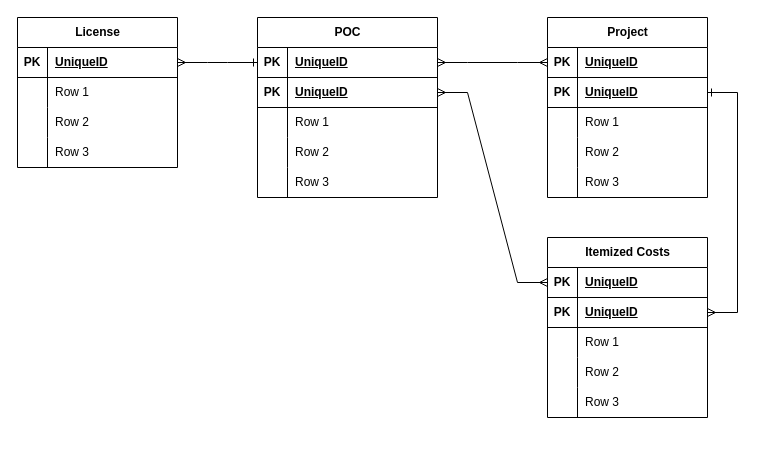
The draw.io diagram page "Page-3" (3 of 3) of erd-projint-01.drawio in josjreyes/GitInit, before the edit. Source tidied: cells renumbered, new cells numbered last; positions are measured from the earlier drawing's top-left corner, leaving out a move shared by most shapes. Both pictures are drawn from the tidied source at 100%, with x=0, y=0 at pixel (17, 17).
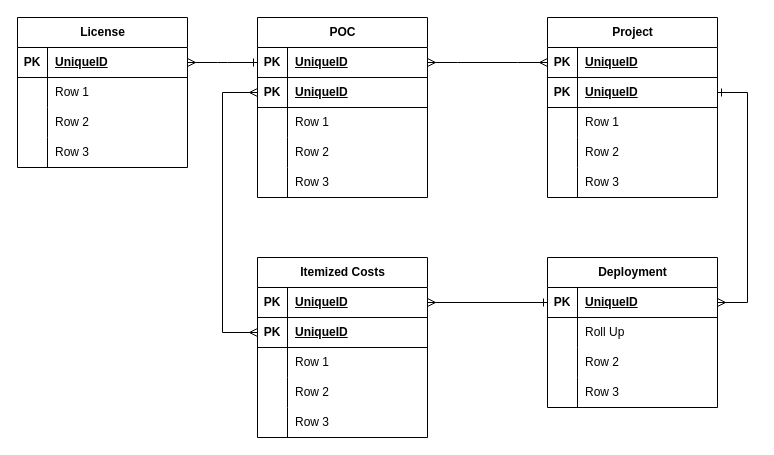
After the change.

What changed in the source:
```diff
@@
     <mxCell id="2" value="Project" style="shape=table;startSize=30;childLayout=tableLayout;rowLines=0;fontStyle=1;align=center;html=1;" parent="1" vertex="1">
-      <mxGeometry x="530" width="160" height="180" as="geometry" />
+      <mxGeometry x="530" width="170" height="180" as="geometry" />
     </mxCell>
     <mxCell id="3" style="shape=tableRow;horizontal=0;startSize=0;swimlaneHead=0;swimlaneBody=0;fillColor=none;points=[[0,0.5],[1,0.5]];portConstraint=eastwest;top=0;left=0;right=0;bottom=1;" parent="2" vertex="1">
-      <mxGeometry y="30" width="160" height="30" as="geometry" />
+      <mxGeometry y="30" width="170" height="30" as="geometry" />
     </mxCell>
@@
     <mxCell id="5" value="UniqueID" style="shape=partialRectangle;fillColor=none;top=0;left=0;bottom=0;right=0;align=left;spacingLeft=6;fontStyle=5;overflow=hidden;whiteSpace=wrap;html=1;" parent="3" vertex="1">
-      <mxGeometry x="30" width="130" height="30" as="geometry" />
+      <mxGeometry x="30" width="140" height="30" as="geometry" />
     </mxCell>
     <mxCell id="6" style="shape=tableRow;horizontal=0;startSize=0;swimlaneHead=0;swimlaneBody=0;fillColor=none;points=[[0,0.5],[1,0.5]];portConstraint=eastwest;top=0;left=0;right=0;bottom=1;" parent="2" vertex="1">
-      <mxGeometry y="60" width="160" height="30" as="geometry" />
+      <mxGeometry y="60" width="170" height="30" as="geometry" />
     </mxCell>
@@
     <mxCell id="8" value="UniqueID" style="shape=partialRectangle;fillColor=none;top=0;left=0;bottom=0;right=0;align=left;spacingLeft=6;fontStyle=5;overflow=hidden;whiteSpace=wrap;html=1;" parent="6" vertex="1">
-      <mxGeometry x="30" width="130" height="30" as="geometry" />
+      <mxGeometry x="30" width="140" height="30" as="geometry" />
     </mxCell>
     <mxCell id="9" style="shape=tableRow;horizontal=0;startSize=0;swimlaneHead=0;swimlaneBody=0;fillColor=none;top=0;left=0;right=0;bottom=0;" parent="2" vertex="1">
-      <mxGeometry y="90" width="160" height="30" as="geometry" />
+      <mxGeometry y="90" width="170" height="30" as="geometry" />
     </mxCell>
@@
     <mxCell id="11" value="Row 1" style="shape=partialRectangle;fillColor=none;top=0;left=0;bottom=0;right=0;align=left;spacingLeft=6;overflow=hidden;whiteSpace=wrap;html=1;" parent="9" vertex="1">
-      <mxGeometry x="30" width="130" height="30" as="geometry" />
+      <mxGeometry x="30" width="140" height="30" as="geometry" />
     </mxCell>
     <mxCell id="12" style="shape=tableRow;horizontal=0;startSize=0;swimlaneHead=0;swimlaneBody=0;fillColor=none;top=0;left=0;right=0;bottom=0;" parent="2" vertex="1">
-      <mxGeometry y="120" width="160" height="30" as="geometry" />
+      <mxGeometry y="120" width="170" height="30" as="geometry" />
     </mxCell>
@@
     <mxCell id="14" value="Row 2" style="shape=partialRectangle;fillColor=none;top=0;left=0;bottom=0;right=0;align=left;spacingLeft=6;overflow=hidden;whiteSpace=wrap;html=1;" parent="12" vertex="1">
-      <mxGeometry x="30" width="130" height="30" as="geometry" />
+      <mxGeometry x="30" width="140" height="30" as="geometry" />
     </mxCell>
     <mxCell id="15" style="shape=tableRow;horizontal=0;startSize=0;swimlaneHead=0;swimlaneBody=0;fillColor=none;top=0;left=0;right=0;bottom=0;" parent="2" vertex="1">
-      <mxGeometry y="150" width="160" height="30" as="geometry" />
+      <mxGeometry y="150" width="170" height="30" as="geometry" />
     </mxCell>
@@
     <mxCell id="17" value="Row 3" style="shape=partialRectangle;fillColor=none;top=0;left=0;bottom=0;right=0;align=left;spacingLeft=6;overflow=hidden;whiteSpace=wrap;html=1;" parent="15" vertex="1">
-      <mxGeometry x="30" width="130" height="30" as="geometry" />
+      <mxGeometry x="30" width="140" height="30" as="geometry" />
     </mxCell>
@@
     <mxCell id="19" value="License" style="shape=table;startSize=30;childLayout=tableLayout;rowLines=0;fontStyle=1;align=center;html=1;" parent="1" vertex="1">
-      <mxGeometry width="160" height="150" as="geometry" />
+      <mxGeometry width="170" height="150" as="geometry" />
     </mxCell>
     <mxCell id="20" style="shape=tableRow;horizontal=0;startSize=0;swimlaneHead=0;swimlaneBody=0;fillColor=none;points=[[0,0.5],[1,0.5]];portConstraint=eastwest;top=0;left=0;right=0;bottom=1;" parent="19" vertex="1">
-      <mxGeometry y="30" width="160" height="30" as="geometry" />
+      <mxGeometry y="30" width="170" height="30" as="geometry" />
     </mxCell>
@@
     <mxCell id="22" value="UniqueID" style="shape=partialRectangle;fillColor=none;top=0;left=0;bottom=0;right=0;align=left;spacingLeft=6;fontStyle=5;overflow=hidden;whiteSpace=wrap;html=1;" parent="20" vertex="1">
-      <mxGeometry x="30" width="130" height="30" as="geometry" />
+      <mxGeometry x="30" width="140" height="30" as="geometry" />
     </mxCell>
     <mxCell id="23" style="shape=tableRow;horizontal=0;startSize=0;swimlaneHead=0;swimlaneBody=0;fillColor=none;top=0;left=0;right=0;bottom=0;" parent="19" vertex="1">
-      <mxGeometry y="60" width="160" height="30" as="geometry" />
+      <mxGeometry y="60" width="170" height="30" as="geometry" />
     </mxCell>
@@
     <mxCell id="25" value="Row 1" style="shape=partialRectangle;fillColor=none;top=0;left=0;bottom=0;right=0;align=left;spacingLeft=6;overflow=hidden;whiteSpace=wrap;html=1;" parent="23" vertex="1">
-      <mxGeometry x="30" width="130" height="30" as="geometry" />
+      <mxGeometry x="30" width="140" height="30" as="geometry" />
     </mxCell>
     <mxCell id="26" style="shape=tableRow;horizontal=0;startSize=0;swimlaneHead=0;swimlaneBody=0;fillColor=none;top=0;left=0;right=0;bottom=0;" parent="19" vertex="1">
-      <mxGeometry y="90" width="160" height="30" as="geometry" />
+      <mxGeometry y="90" width="170" height="30" as="geometry" />
     </mxCell>
@@
     <mxCell id="28" value="Row 2" style="shape=partialRectangle;fillColor=none;top=0;left=0;bottom=0;right=0;align=left;spacingLeft=6;overflow=hidden;whiteSpace=wrap;html=1;" parent="26" vertex="1">
-      <mxGeometry x="30" width="130" height="30" as="geometry" />
+      <mxGeometry x="30" width="140" height="30" as="geometry" />
     </mxCell>
     <mxCell id="29" style="shape=tableRow;horizontal=0;startSize=0;swimlaneHead=0;swimlaneBody=0;fillColor=none;top=0;left=0;right=0;bottom=0;" parent="19" vertex="1">
-      <mxGeometry y="120" width="160" height="30" as="geometry" />
+      <mxGeometry y="120" width="170" height="30" as="geometry" />
     </mxCell>
@@
     <mxCell id="31" value="Row 3" style="shape=partialRectangle;fillColor=none;top=0;left=0;bottom=0;right=0;align=left;spacingLeft=6;overflow=hidden;whiteSpace=wrap;html=1;" parent="29" vertex="1">
-      <mxGeometry x="30" width="130" height="30" as="geometry" />
+      <mxGeometry x="30" width="140" height="30" as="geometry" />
     </mxCell>
@@
     <mxCell id="33" value="Itemized Costs" style="shape=table;startSize=30;childLayout=tableLayout;rowLines=0;fontStyle=1;align=center;html=1;" parent="1" vertex="1">
-      <mxGeometry x="530" y="220" width="160" height="180" as="geometry" />
+      <mxGeometry x="240" y="240" width="170" height="180" as="geometry" />
     </mxCell>
     <mxCell id="34" style="shape=tableRow;horizontal=0;startSize=0;swimlaneHead=0;swimlaneBody=0;fillColor=none;points=[[0,0.5],[1,0.5]];portConstraint=eastwest;top=0;left=0;right=0;bottom=1;" parent="33" vertex="1">
-      <mxGeometry y="30" width="160" height="30" as="geometry" />
+      <mxGeometry y="30" width="170" height="30" as="geometry" />
     </mxCell>
@@
     <mxCell id="36" value="UniqueID" style="shape=partialRectangle;fillColor=none;top=0;left=0;bottom=0;right=0;align=left;spacingLeft=6;fontStyle=5;overflow=hidden;whiteSpace=wrap;html=1;" parent="34" vertex="1">
-      <mxGeometry x="30" width="130" height="30" as="geometry" />
+      <mxGeometry x="30" width="140" height="30" as="geometry" />
     </mxCell>
     <mxCell id="37" style="shape=tableRow;horizontal=0;startSize=0;swimlaneHead=0;swimlaneBody=0;fillColor=none;points=[[0,0.5],[1,0.5]];portConstraint=eastwest;top=0;left=0;right=0;bottom=1;" parent="33" vertex="1">
-      <mxGeometry y="60" width="160" height="30" as="geometry" />
+      <mxGeometry y="60" width="170" height="30" as="geometry" />
     </mxCell>
@@
     <mxCell id="39" value="UniqueID" style="shape=partialRectangle;fillColor=none;top=0;left=0;bottom=0;right=0;align=left;spacingLeft=6;fontStyle=5;overflow=hidden;whiteSpace=wrap;html=1;" parent="37" vertex="1">
-      <mxGeometry x="30" width="130" height="30" as="geometry" />
+      <mxGeometry x="30" width="140" height="30" as="geometry" />
     </mxCell>
     <mxCell id="40" style="shape=tableRow;horizontal=0;startSize=0;swimlaneHead=0;swimlaneBody=0;fillColor=none;top=0;left=0;right=0;bottom=0;" parent="33" vertex="1">
-      <mxGeometry y="90" width="160" height="30" as="geometry" />
+      <mxGeometry y="90" width="170" height="30" as="geometry" />
     </mxCell>
@@
     <mxCell id="42" value="Row 1" style="shape=partialRectangle;fillColor=none;top=0;left=0;bottom=0;right=0;align=left;spacingLeft=6;overflow=hidden;whiteSpace=wrap;html=1;" parent="40" vertex="1">
-      <mxGeometry x="30" width="130" height="30" as="geometry" />
+      <mxGeometry x="30" width="140" height="30" as="geometry" />
     </mxCell>
     <mxCell id="43" style="shape=tableRow;horizontal=0;startSize=0;swimlaneHead=0;swimlaneBody=0;fillColor=none;top=0;left=0;right=0;bottom=0;" parent="33" vertex="1">
-      <mxGeometry y="120" width="160" height="30" as="geometry" />
+      <mxGeometry y="120" width="170" height="30" as="geometry" />
     </mxCell>
@@
     <mxCell id="45" value="Row 2" style="shape=partialRectangle;fillColor=none;top=0;left=0;bottom=0;right=0;align=left;spacingLeft=6;overflow=hidden;whiteSpace=wrap;html=1;" parent="43" vertex="1">
-      <mxGeometry x="30" width="130" height="30" as="geometry" />
+      <mxGeometry x="30" width="140" height="30" as="geometry" />
     </mxCell>
     <mxCell id="46" style="shape=tableRow;horizontal=0;startSize=0;swimlaneHead=0;swimlaneBody=0;fillColor=none;top=0;left=0;right=0;bottom=0;" parent="33" vertex="1">
-      <mxGeometry y="150" width="160" height="30" as="geometry" />
+      <mxGeometry y="150" width="170" height="30" as="geometry" />
     </mxCell>
@@
     <mxCell id="48" value="Row 3" style="shape=partialRectangle;fillColor=none;top=0;left=0;bottom=0;right=0;align=left;spacingLeft=6;overflow=hidden;whiteSpace=wrap;html=1;" parent="46" vertex="1">
-      <mxGeometry x="30" width="130" height="30" as="geometry" />
+      <mxGeometry x="30" width="140" height="30" as="geometry" />
     </mxCell>
     <mxCell id="49" value="POC" style="shape=table;startSize=30;childLayout=tableLayout;rowLines=0;fontStyle=1;align=center;html=1;" parent="1" vertex="1">
-      <mxGeometry x="240" width="180" height="180" as="geometry" />
+      <mxGeometry x="240" width="170" height="180" as="geometry" />
     </mxCell>
     <mxCell id="50" style="shape=tableRow;horizontal=0;startSize=0;swimlaneHead=0;swimlaneBody=0;fillColor=none;points=[[0,0.5],[1,0.5]];portConstraint=eastwest;top=0;left=0;right=0;bottom=1;" parent="49" vertex="1">
-      <mxGeometry y="30" width="180" height="30" as="geometry" />
+      <mxGeometry y="30" width="170" height="30" as="geometry" />
     </mxCell>
@@
     <mxCell id="52" value="UniqueID" style="shape=partialRectangle;fillColor=none;top=0;left=0;bottom=0;right=0;align=left;spacingLeft=6;fontStyle=5;overflow=hidden;whiteSpace=wrap;html=1;" parent="50" vertex="1">
-      <mxGeometry x="30" width="150" height="30" as="geometry" />
+      <mxGeometry x="30" width="140" height="30" as="geometry" />
     </mxCell>
     <mxCell id="53" style="shape=tableRow;horizontal=0;startSize=0;swimlaneHead=0;swimlaneBody=0;fillColor=none;points=[[0,0.5],[1,0.5]];portConstraint=eastwest;top=0;left=0;right=0;bottom=1;" parent="49" vertex="1">
-      <mxGeometry y="60" width="180" height="30" as="geometry" />
+      <mxGeometry y="60" width="170" height="30" as="geometry" />
     </mxCell>
@@
     <mxCell id="55" value="UniqueID" style="shape=partialRectangle;fillColor=none;top=0;left=0;bottom=0;right=0;align=left;spacingLeft=6;fontStyle=5;overflow=hidden;whiteSpace=wrap;html=1;" parent="53" vertex="1">
-      <mxGeometry x="30" width="150" height="30" as="geometry" />
+      <mxGeometry x="30" width="140" height="30" as="geometry" />
     </mxCell>
     <mxCell id="56" style="shape=tableRow;horizontal=0;startSize=0;swimlaneHead=0;swimlaneBody=0;fillColor=none;top=0;left=0;right=0;bottom=0;" parent="49" vertex="1">
-      <mxGeometry y="90" width="180" height="30" as="geometry" />
+      <mxGeometry y="90" width="170" height="30" as="geometry" />
     </mxCell>
@@
     <mxCell id="58" value="Row 1" style="shape=partialRectangle;fillColor=none;top=0;left=0;bottom=0;right=0;align=left;spacingLeft=6;overflow=hidden;whiteSpace=wrap;html=1;" parent="56" vertex="1">
-      <mxGeometry x="30" width="150" height="30" as="geometry" />
+      <mxGeometry x="30" width="140" height="30" as="geometry" />
     </mxCell>
     <mxCell id="59" style="shape=tableRow;horizontal=0;startSize=0;swimlaneHead=0;swimlaneBody=0;fillColor=none;top=0;left=0;right=0;bottom=0;" parent="49" vertex="1">
-      <mxGeometry y="120" width="180" height="30" as="geometry" />
+      <mxGeometry y="120" width="170" height="30" as="geometry" />
     </mxCell>
@@
     <mxCell id="61" value="Row 2" style="shape=partialRectangle;fillColor=none;top=0;left=0;bottom=0;right=0;align=left;spacingLeft=6;overflow=hidden;whiteSpace=wrap;html=1;" parent="59" vertex="1">
-      <mxGeometry x="30" width="150" height="30" as="geometry" />
+      <mxGeometry x="30" width="140" height="30" as="geometry" />
     </mxCell>
     <mxCell id="62" style="shape=tableRow;horizontal=0;startSize=0;swimlaneHead=0;swimlaneBody=0;fillColor=none;top=0;left=0;right=0;bottom=0;" parent="49" vertex="1">
-      <mxGeometry y="150" width="180" height="30" as="geometry" />
+      <mxGeometry y="150" width="170" height="30" as="geometry" />
     </mxCell>
@@
     <mxCell id="64" value="Row 3" style="shape=partialRectangle;fillColor=none;top=0;left=0;bottom=0;right=0;align=left;spacingLeft=6;overflow=hidden;whiteSpace=wrap;html=1;" parent="62" vertex="1">
-      <mxGeometry x="30" width="150" height="30" as="geometry" />
+      <mxGeometry x="30" width="140" height="30" as="geometry" />
     </mxCell>
-    <mxCell id="65" style="edgeStyle=entityRelationEdgeStyle;fontSize=12;html=1;endArrow=ERone;startArrow=ERmany;rounded=0;entryX=1;entryY=0.5;entryDx=0;entryDy=0;startFill=0;endFill=0;" parent="1" edge="1" source="37" target="6">
+    <mxCell id="65" style="edgeStyle=entityRelationEdgeStyle;fontSize=12;html=1;endArrow=ERone;startArrow=ERmany;rounded=0;entryX=1;entryY=0.5;entryDx=0;entryDy=0;startFill=0;endFill=0;exitX=1;exitY=0.5;exitDx=0;exitDy=0;" parent="1" edge="1" source="68" target="6">
       <mxGeometry relative="1" as="geometry">
         <Array as="points">
           <mxPoint x="639.9" y="775" />
           <mxPoint x="390" y="270" />
           <mxPoint x="629.9" y="775" />
         </Array>
       </mxGeometry>
     </mxCell>
-    <mxCell id="66" style="edgeStyle=entityRelationEdgeStyle;fontSize=12;html=1;endArrow=ERmany;startArrow=ERmany;rounded=0;entryX=0;entryY=0.5;entryDx=0;entryDy=0;exitX=1;exitY=0.5;exitDx=0;exitDy=0;startFill=0;" parent="1" edge="1" source="53" target="34">
-      <mxGeometry relative="1" as="geometry">
-        <Array as="points">
-          <mxPoint x="120" y="565" />
-        </Array>
-      </mxGeometry>
-    </mxCell>
+    <mxCell id="67" value="Deployment" style="shape=table;startSize=30;childLayout=tableLayout;rowLines=0;fontStyle=1;align=center;html=1;" parent="1" vertex="1">
+      <mxGeometry x="530" y="240" width="170" height="150" as="geometry" />
+    </mxCell>
+    <mxCell id="68" style="shape=tableRow;horizontal=0;startSize=0;swimlaneHead=0;swimlaneBody=0;fillColor=none;points=[[0,0.5],[1,0.5]];portConstraint=eastwest;top=0;left=0;right=0;bottom=1;" parent="67" vertex="1">
+      <mxGeometry y="30" width="170" height="30" as="geometry" />
+    </mxCell>
+    <mxCell id="69" value="PK" style="shape=partialRectangle;fillColor=none;top=0;left=0;bottom=0;right=0;fontStyle=1;overflow=hidden;whiteSpace=wrap;html=1;" parent="68" vertex="1">
+      <mxGeometry width="30" height="30" as="geometry" />
+    </mxCell>
+    <mxCell id="70" value="UniqueID" style="shape=partialRectangle;fillColor=none;top=0;left=0;bottom=0;right=0;align=left;spacingLeft=6;fontStyle=5;overflow=hidden;whiteSpace=wrap;html=1;" parent="68" vertex="1">
+      <mxGeometry x="30" width="140" height="30" as="geometry" />
+    </mxCell>
+    <mxCell id="71" style="shape=tableRow;horizontal=0;startSize=0;swimlaneHead=0;swimlaneBody=0;fillColor=none;top=0;left=0;right=0;bottom=0;" parent="67" vertex="1">
+      <mxGeometry y="60" width="170" height="30" as="geometry" />
+    </mxCell>
+    <mxCell id="72" style="shape=partialRectangle;fillColor=none;top=0;left=0;bottom=0;right=0;overflow=hidden;whiteSpace=wrap;html=1;" parent="71" vertex="1">
+      <mxGeometry width="30" height="30" as="geometry" />
+    </mxCell>
+    <mxCell id="73" value="Roll Up" style="shape=partialRectangle;fillColor=none;top=0;left=0;bottom=0;right=0;align=left;spacingLeft=6;overflow=hidden;whiteSpace=wrap;html=1;" parent="71" vertex="1">
+      <mxGeometry x="30" width="140" height="30" as="geometry" />
+    </mxCell>
+    <mxCell id="74" style="shape=tableRow;horizontal=0;startSize=0;swimlaneHead=0;swimlaneBody=0;fillColor=none;top=0;left=0;right=0;bottom=0;" parent="67" vertex="1">
+      <mxGeometry y="90" width="170" height="30" as="geometry" />
+    </mxCell>
+    <mxCell id="75" style="shape=partialRectangle;fillColor=none;top=0;left=0;bottom=0;right=0;overflow=hidden;whiteSpace=wrap;html=1;" parent="74" vertex="1">
+      <mxGeometry width="30" height="30" as="geometry" />
+    </mxCell>
+    <mxCell id="76" value="Row 2" style="shape=partialRectangle;fillColor=none;top=0;left=0;bottom=0;right=0;align=left;spacingLeft=6;overflow=hidden;whiteSpace=wrap;html=1;" parent="74" vertex="1">
+      <mxGeometry x="30" width="140" height="30" as="geometry" />
+    </mxCell>
+    <mxCell id="77" style="shape=tableRow;horizontal=0;startSize=0;swimlaneHead=0;swimlaneBody=0;fillColor=none;top=0;left=0;right=0;bottom=0;" parent="67" vertex="1">
+      <mxGeometry y="120" width="170" height="30" as="geometry" />
+    </mxCell>
+    <mxCell id="78" style="shape=partialRectangle;fillColor=none;top=0;left=0;bottom=0;right=0;overflow=hidden;whiteSpace=wrap;html=1;" parent="77" vertex="1">
+      <mxGeometry width="30" height="30" as="geometry" />
+    </mxCell>
+    <mxCell id="79" value="Row 3" style="shape=partialRectangle;fillColor=none;top=0;left=0;bottom=0;right=0;align=left;spacingLeft=6;overflow=hidden;whiteSpace=wrap;html=1;" parent="77" vertex="1">
+      <mxGeometry x="30" width="140" height="30" as="geometry" />
+    </mxCell>
+    <mxCell id="80" style="edgeStyle=orthogonalEdgeStyle;rounded=0;jettySize=auto;html=1;entryX=0;entryY=0.5;entryDx=0;entryDy=0;startArrow=ERmany;startFill=0;endArrow=ERmany;endFill=0;" parent="1" edge="1" source="53" target="37">
+      <mxGeometry relative="1" as="geometry">
+        <Array as="points">
+          <mxPoint x="205" y="75" />
+          <mxPoint x="205" y="315" />
+        </Array>
+      </mxGeometry>
+    </mxCell>
+    <mxCell id="81" style="edgeStyle=orthogonalEdgeStyle;rounded=0;jettySize=auto;html=1;exitX=1;exitY=0.5;exitDx=0;exitDy=0;entryX=0;entryY=0.5;entryDx=0;entryDy=0;endArrow=ERone;endFill=0;startArrow=ERmany;startFill=0;" parent="1" edge="1" source="34" target="68">
+      <mxGeometry relative="1" as="geometry" />
+    </mxCell>
```
